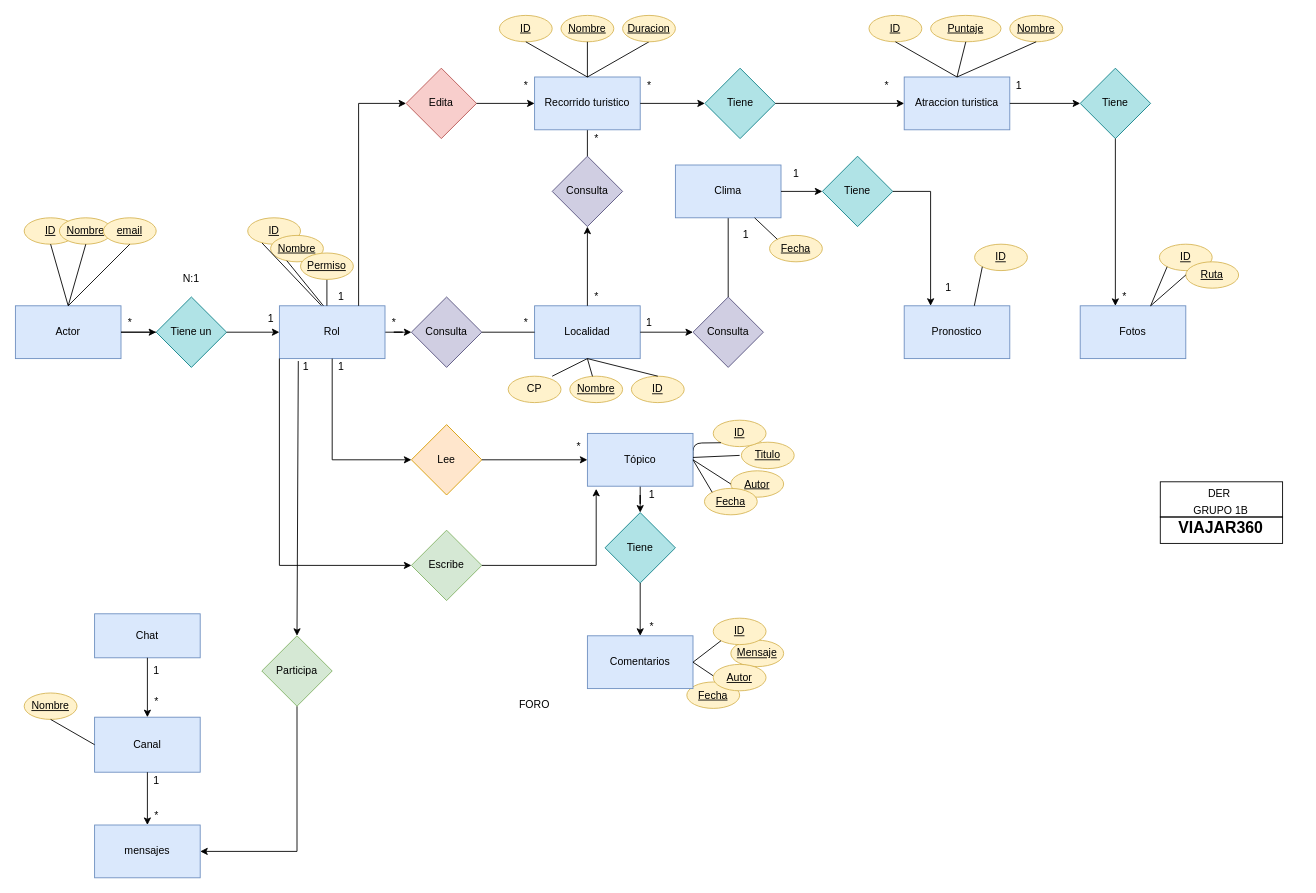
This is viajar360-documentos/ISPC.drawio from classroomEntreRios/proyecto-g1b-proyecto-g1b, a draw.io file, before an edit. Source tidied: cells renumbered, new cells numbered last; positions are measured from the earlier drawing's top-left corner, leaving out a move shared by most shapes. Both pictures are drawn from the tidied source at 88%, with x=0, y=0 at pixel (15, 15).
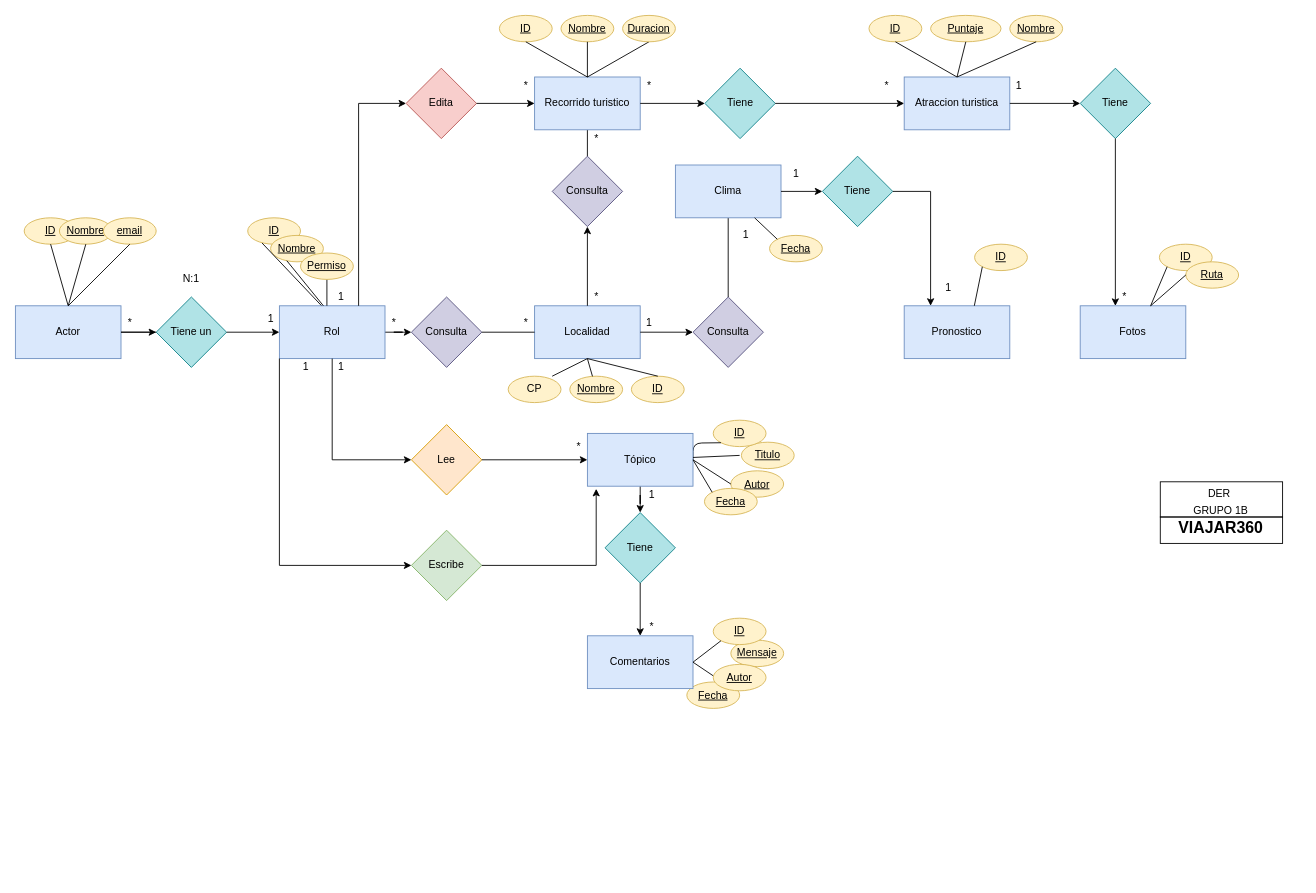
The same diagram, later.

Commit message:
fix DER se elimina chat

Unchanged cells that the change refers to:
```xml
<mxCell id="53" value="Rol" style="whiteSpace=wrap;html=1;fillColor=#dae8fc;strokeColor=#6c8ebf;" parent="52" vertex="1">
  <mxGeometry x="20" y="20" width="120" height="60" as="geometry" />
</mxCell>
```

Diff of the diagram source:
```diff
@@
-    <mxCell id="111" value="Chat" style="whiteSpace=wrap;html=1;fillColor=#dae8fc;strokeColor=#6c8ebf;" parent="1" vertex="1">
-      <mxGeometry x="90" y="680" width="120" height="50" as="geometry" />
-    </mxCell>
-    <mxCell id="112" value="*" style="text;html=1;align=center;verticalAlign=middle;" parent="1" vertex="1">
-      <mxGeometry x="150" y="900" width="20" height="20" as="geometry" />
-    </mxCell>
-    <mxCell id="113" value="1" style="text;html=1;align=center;verticalAlign=middle;" parent="1" vertex="1">
-      <mxGeometry x="150" y="735" width="20" height="20" as="geometry" />
-    </mxCell>
-    <mxCell id="114" value="&lt;u&gt;Nombre&lt;br&gt;&lt;/u&gt;" style="ellipse;whiteSpace=wrap;html=1;fillColor=#fff2cc;strokeColor=#d6b656;" parent="1" vertex="1">
-      <mxGeometry x="10" y="770" width="60" height="30" as="geometry" />
-    </mxCell>
-    <mxCell id="115" value="Canal" style="whiteSpace=wrap;html=1;fillColor=#dae8fc;strokeColor=#6c8ebf;" parent="1" vertex="1">
-      <mxGeometry x="90" y="797.5" width="120" height="62.5" as="geometry" />
-    </mxCell>
-    <mxCell id="116" style="endArrow=classic;html=1;entryX=0.5;entryY=0;entryDx=0;entryDy=0;exitX=0.5;exitY=1;exitDx=0;exitDy=0;" parent="1" edge="1" source="111" target="115">
-      <mxGeometry relative="1" as="geometry" />
-    </mxCell>
-    <mxCell id="117" style="edgeStyle=orthogonalEdgeStyle;rounded=0;jettySize=auto;html=1;exitX=0.5;exitY=1;exitDx=0;exitDy=0;entryX=1;entryY=0.5;entryDx=0;entryDy=0;" parent="1" edge="1" source="118" target="120">
-      <mxGeometry relative="1" as="geometry" />
-    </mxCell>
-    <mxCell id="118" value="Participa" style="rhombus;whiteSpace=wrap;html=1;fillColor=#d5e8d4;strokeColor=#82b366;" parent="1" vertex="1">
-      <mxGeometry x="280" y="705" width="80" height="80" as="geometry" />
-    </mxCell>
-    <mxCell id="119" style="endArrow=classic;html=1;exitX=0.179;exitY=1.046;exitDx=0;exitDy=0;exitPerimeter=0;entryX=0.5;entryY=0;entryDx=0;entryDy=0;" parent="1" edge="1" source="53" target="118">
-      <mxGeometry relative="1" as="geometry" />
-    </mxCell>
-    <mxCell id="120" value="mensajes" style="whiteSpace=wrap;html=1;fillColor=#dae8fc;strokeColor=#6c8ebf;" parent="1" vertex="1">
-      <mxGeometry x="90" y="920" width="120" height="60" as="geometry" />
-    </mxCell>
-    <mxCell id="121" style="endArrow=classic;html=1;exitX=0.5;exitY=1;exitDx=0;exitDy=0;entryX=0.5;entryY=0;entryDx=0;entryDy=0;" parent="1" edge="1" source="115" target="120">
-      <mxGeometry relative="1" as="geometry" />
-    </mxCell>
-    <mxCell id="122" value="*" style="text;html=1;align=center;verticalAlign=middle;" parent="1" vertex="1">
-      <mxGeometry x="150" y="770" width="20" height="20" as="geometry" />
-    </mxCell>
-    <mxCell id="123" value="1" style="text;html=1;align=center;verticalAlign=middle;" parent="1" vertex="1">
-      <mxGeometry x="150" y="860" width="20" height="20" as="geometry" />
-    </mxCell>
-    <mxCell id="124" style="endArrow=none;html=1;entryX=0.5;entryY=1;entryDx=0;entryDy=0;exitX=0;exitY=0.5;exitDx=0;exitDy=0;" parent="1" edge="1" source="115" target="114">
-      <mxGeometry relative="1" as="geometry" />
-    </mxCell>
-    <mxCell id="125" value="FORO" style="text;html=1;strokeColor=none;fillColor=none;align=center;verticalAlign=middle;whiteSpace=wrap;rounded=0;" parent="1" vertex="1">
-      <mxGeometry x="570" y="772.5" width="40" height="20" as="geometry" />
-    </mxCell>
```
